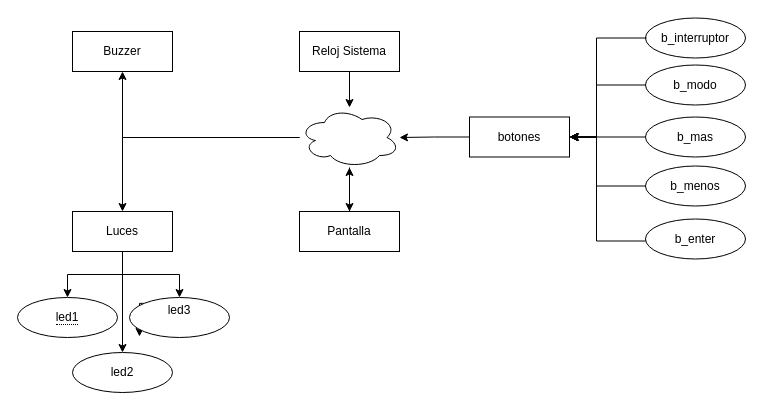
jormiDev/despertadorSolar keeps this draw.io diagram as page "esq_Partes" (1 of 2) of despertadorSolar.drawio. Above is the earlier version. Source tidied: cells renumbered, new cells numbered last; positions are measured from the earlier drawing's top-left corner, leaving out a move shared by most shapes. Both pictures are drawn from the tidied source at 100%, with x=0, y=0 at pixel (17, 18).
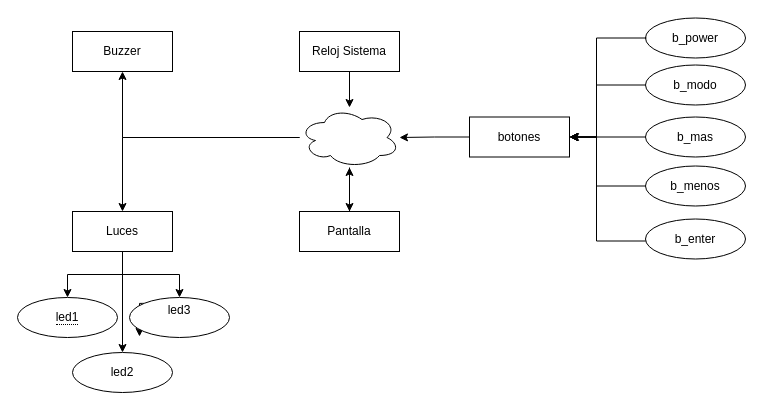
The same page after the edit.

The change refers to these unchanged cells:
```xml
<mxCell id="20" style="group;" parent="1" vertex="1">
  <mxGeometry x="452" y="-0.5" width="279" height="241" as="geometry" />
</mxCell>
```

The edit, as a diff of the source:
```diff
@@
-    <mxCell id="21" value="b_interruptor" style="ellipse;whiteSpace=wrap;html=1;align=center;" parent="20" vertex="1">
+    <mxCell id="21" value="b_power" style="ellipse;whiteSpace=wrap;html=1;align=center;" parent="20" vertex="1">
       <mxGeometry x="176" width="100" height="40" as="geometry" />
     </mxCell>
```
